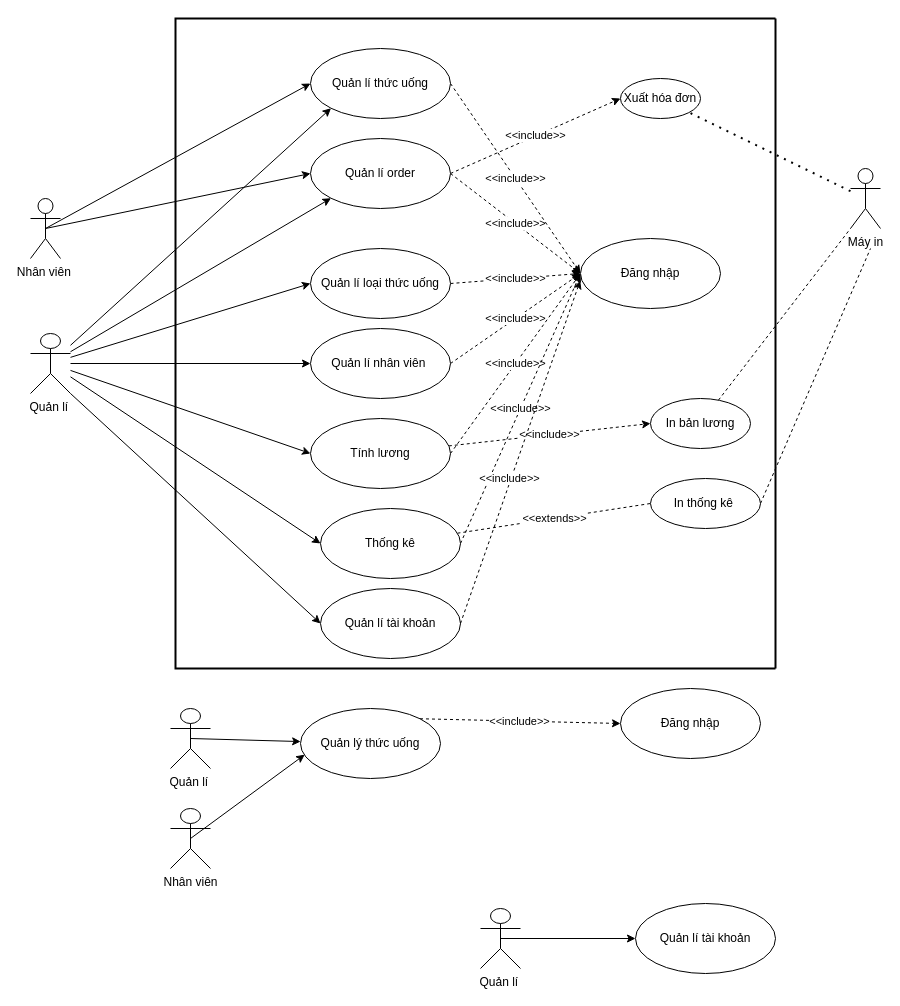
Above: Draw.io/usecase tổng.drawio in TruongNguyenYenNhi/PTTK-QL-b-n-h-ng (draw.io), before the change. Source tidied: cells renumbered, new cells numbered last; positions are measured from the earlier drawing's top-left corner, leaving out a move shared by most shapes. Both pictures are drawn from the tidied source at 100%, with x=0, y=0 at pixel (30, 18).
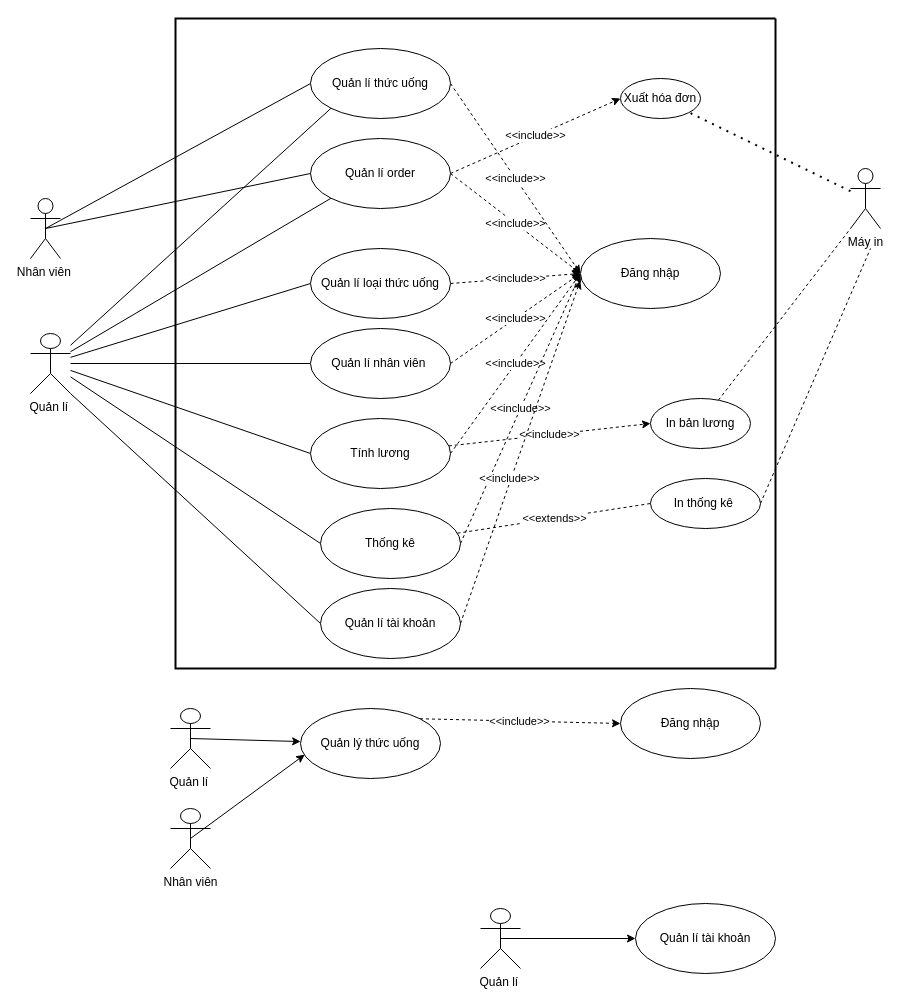
The same diagram, later.

Unchanged cells that the change refers to:
```xml
<mxCell id="9" value="Quản lí&amp;nbsp;" style="shape=umlActor;verticalLabelPosition=bottom;verticalAlign=top;html=1;" parent="1" vertex="1">
  <mxGeometry y="315" width="40" height="60" as="geometry" />
</mxCell>
<mxCell id="12" value="Nhân viên&amp;nbsp;" style="shape=umlActor;verticalLabelPosition=bottom;verticalAlign=top;html=1;" parent="1" vertex="1">
  <mxGeometry y="180" width="30" height="60" as="geometry" />
</mxCell>
<mxCell id="16" value="Quản lí order" style="ellipse;whiteSpace=wrap;html=1;" parent="1" vertex="1">
  <mxGeometry x="280" y="120" width="140" height="70" as="geometry" />
</mxCell>
<mxCell id="18" value="Quản lí nhân viên&amp;nbsp;" style="ellipse;whiteSpace=wrap;html=1;" parent="1" vertex="1">
  <mxGeometry x="280" y="310" width="140" height="70" as="geometry" />
</mxCell>
<mxCell id="21" value="Quản lí thức uống" style="ellipse;whiteSpace=wrap;html=1;" parent="1" vertex="1">
  <mxGeometry x="280" y="30" width="140" height="70" as="geometry" />
</mxCell>
<mxCell id="26" value="Tính lương" style="ellipse;whiteSpace=wrap;html=1;" parent="1" vertex="1">
  <mxGeometry x="280" y="400" width="140" height="70" as="geometry" />
</mxCell>
<mxCell id="28" value="Quản lí loại thức uống" style="ellipse;whiteSpace=wrap;html=1;" parent="1" vertex="1">
  <mxGeometry x="280" y="230" width="140" height="70" as="geometry" />
</mxCell>
<mxCell id="31" value="Thống kê" style="ellipse;whiteSpace=wrap;html=1;" parent="1" vertex="1">
  <mxGeometry x="290" y="490" width="140" height="70" as="geometry" />
</mxCell>
<mxCell id="45" value="Quản lí tài khoản" style="ellipse;whiteSpace=wrap;html=1;" parent="1" vertex="1">
  <mxGeometry x="290" y="570" width="140" height="70" as="geometry" />
</mxCell>
```

What changed in the source:
```diff
@@
-    <mxCell id="2" style="edgeStyle=none;rounded=0;jettySize=auto;html=1;entryX=0;entryY=1;entryDx=0;entryDy=0;" parent="1" edge="1" source="9" target="21">
+    <mxCell id="2" style="edgeStyle=none;rounded=0;jettySize=auto;html=1;entryX=0;entryY=1;entryDx=0;entryDy=0;endArrow=none;endFill=0;" parent="1" edge="1" source="9" target="21">
       <mxGeometry relative="1" as="geometry" />
     </mxCell>
-    <mxCell id="3" style="edgeStyle=none;rounded=0;jettySize=auto;html=1;entryX=0;entryY=1;entryDx=0;entryDy=0;" parent="1" edge="1" source="9" target="16">
+    <mxCell id="3" style="edgeStyle=none;rounded=0;jettySize=auto;html=1;entryX=0;entryY=1;entryDx=0;entryDy=0;endArrow=none;endFill=0;" parent="1" edge="1" source="9" target="16">
       <mxGeometry relative="1" as="geometry" />
     </mxCell>
-    <mxCell id="4" style="edgeStyle=none;rounded=0;jettySize=auto;html=1;entryX=0;entryY=0.5;entryDx=0;entryDy=0;" parent="1" edge="1" source="9" target="28">
+    <mxCell id="4" style="edgeStyle=none;rounded=0;jettySize=auto;html=1;entryX=0;entryY=0.5;entryDx=0;entryDy=0;endArrow=none;endFill=0;" parent="1" edge="1" source="9" target="28">
       <mxGeometry relative="1" as="geometry" />
     </mxCell>
-    <mxCell id="5" style="edgeStyle=none;rounded=0;jettySize=auto;html=1;entryX=0;entryY=0.5;entryDx=0;entryDy=0;" parent="1" edge="1" source="9" target="18">
+    <mxCell id="5" style="edgeStyle=none;rounded=0;jettySize=auto;html=1;entryX=0;entryY=0.5;entryDx=0;entryDy=0;endArrow=none;endFill=0;" parent="1" edge="1" source="9" target="18">
       <mxGeometry relative="1" as="geometry" />
     </mxCell>
-    <mxCell id="6" style="edgeStyle=none;rounded=0;jettySize=auto;html=1;entryX=0;entryY=0.5;entryDx=0;entryDy=0;" parent="1" edge="1" source="9" target="26">
+    <mxCell id="6" style="edgeStyle=none;rounded=0;jettySize=auto;html=1;entryX=0;entryY=0.5;entryDx=0;entryDy=0;endArrow=none;endFill=0;" parent="1" edge="1" source="9" target="26">
       <mxGeometry relative="1" as="geometry" />
     </mxCell>
-    <mxCell id="7" style="edgeStyle=none;rounded=0;jettySize=auto;html=1;entryX=0;entryY=0.5;entryDx=0;entryDy=0;" parent="1" edge="1" source="9" target="31">
+    <mxCell id="7" style="edgeStyle=none;rounded=0;jettySize=auto;html=1;entryX=0;entryY=0.5;entryDx=0;entryDy=0;endArrow=none;endFill=0;" parent="1" edge="1" source="9" target="31">
       <mxGeometry relative="1" as="geometry" />
     </mxCell>
-    <mxCell id="8" style="rounded=0;jettySize=auto;html=1;exitX=1;exitY=1;exitDx=0;exitDy=0;exitPerimeter=0;entryX=0;entryY=0.5;entryDx=0;entryDy=0;" parent="1" edge="1" source="9" target="45">
+    <mxCell id="8" style="rounded=0;jettySize=auto;html=1;exitX=1;exitY=1;exitDx=0;exitDy=0;exitPerimeter=0;entryX=0;entryY=0.5;entryDx=0;entryDy=0;endArrow=none;endFill=0;" parent="1" edge="1" source="9" target="45">
       <mxGeometry relative="1" as="geometry" />
     </mxCell>
@@
-    <mxCell id="10" style="edgeStyle=none;rounded=0;jettySize=auto;html=1;exitX=0.5;exitY=0.5;exitDx=0;exitDy=0;exitPerimeter=0;entryX=0;entryY=0.5;entryDx=0;entryDy=0;" parent="1" edge="1" source="12" target="16">
+    <mxCell id="10" style="edgeStyle=none;rounded=0;jettySize=auto;html=1;exitX=0.5;exitY=0.5;exitDx=0;exitDy=0;exitPerimeter=0;entryX=0;entryY=0.5;entryDx=0;entryDy=0;endArrow=none;endFill=0;" parent="1" edge="1" source="12" target="16">
       <mxGeometry relative="1" as="geometry" />
     </mxCell>
-    <mxCell id="11" style="edgeStyle=none;rounded=0;jettySize=auto;html=1;exitX=0.5;exitY=0.5;exitDx=0;exitDy=0;exitPerimeter=0;entryX=0;entryY=0.5;entryDx=0;entryDy=0;" parent="1" edge="1" source="12" target="21">
+    <mxCell id="11" style="edgeStyle=none;rounded=0;jettySize=auto;html=1;exitX=0.5;exitY=0.5;exitDx=0;exitDy=0;exitPerimeter=0;entryX=0;entryY=0.5;entryDx=0;entryDy=0;endArrow=none;endFill=0;" parent="1" edge="1" source="12" target="21">
       <mxGeometry relative="1" as="geometry" />
     </mxCell>
```
